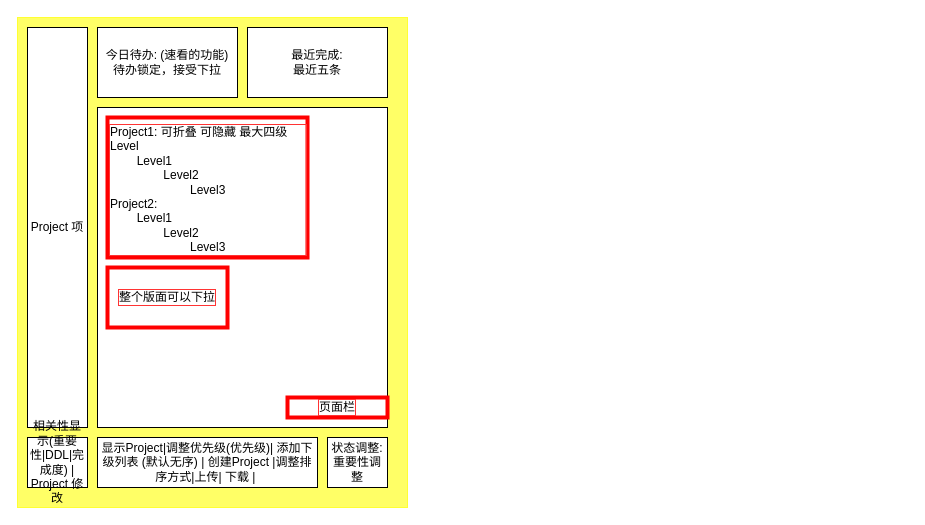
The draw.io diagram hw2_css_js/hw/platform.drawio in fkgkdfgy/web-stickynote, before the edit. Source tidied: cells renumbered, new cells numbered last; positions are measured from the earlier drawing's top-left corner, leaving out a move shared by most shapes. Both pictures are drawn from the tidied source at 100%, with x=0, y=0 at pixel (17, 17).
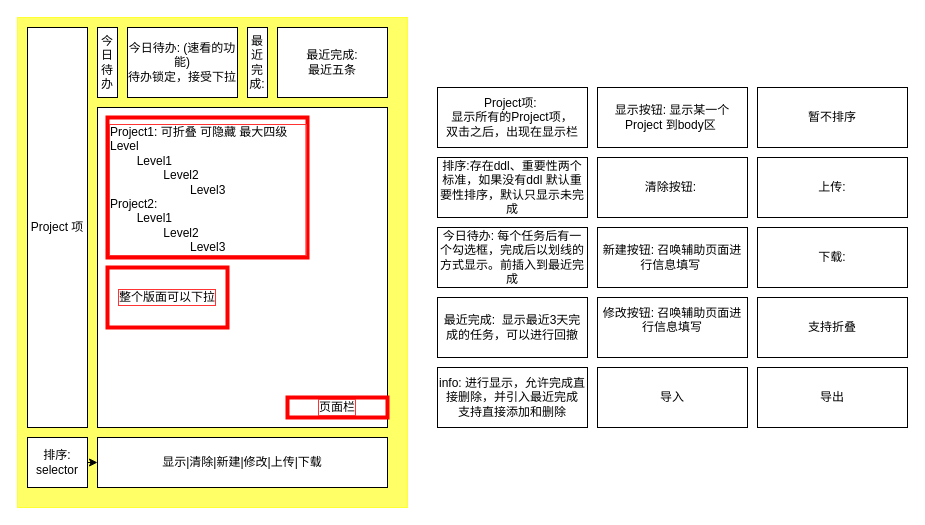
Above is the later version.

Diff of the diagram source:
```diff
@@
     <mxCell id="3" value="&lt;span style=&quot;color: rgb(0 , 0 , 0)&quot;&gt;今日待办: (速看的功能)&lt;br&gt;待办锁定，接受下拉&lt;br&gt;&lt;/span&gt;" style="rounded=0;whiteSpace=wrap;html=1;fillColor=#FFFFFF;" parent="1" vertex="1">
-      <mxGeometry x="80" y="10" width="140" height="70" as="geometry" />
+      <mxGeometry x="110" y="10" width="110" height="70" as="geometry" />
     </mxCell>
@@
+    <mxCell id="13" style="edgeStyle=none;html=1;fontColor=#000000;" parent="1" edge="1" source="6" target="7">
+      <mxGeometry relative="1" as="geometry" />
+    </mxCell>
-    <mxCell id="6" value="&lt;font color=&quot;#000000&quot;&gt;相关性显示(重要性|DDL|完成度) | Project 修改&lt;/font&gt;" style="rounded=0;whiteSpace=wrap;html=1;fillColor=#FFFFFF;" parent="1" vertex="1">
+    <mxCell id="6" value="&lt;font color=&quot;#000000&quot;&gt;排序: selector&lt;/font&gt;" style="rounded=0;whiteSpace=wrap;html=1;fillColor=#FFFFFF;" parent="1" vertex="1">
       <mxGeometry x="10" y="420" width="60" height="50" as="geometry" />
     </mxCell>
-    <mxCell id="7" value="&lt;font color=&quot;#000000&quot;&gt;显示Project|调整优先级(优先级)| 添加下级列表 (默认无序) | 创建Project |调整排序方式|上传| 下载 |&amp;nbsp;&lt;/font&gt;" style="rounded=0;whiteSpace=wrap;html=1;fillColor=#FFFFFF;" parent="1" vertex="1">
-      <mxGeometry x="80" y="420" width="220" height="50" as="geometry" />
+    <mxCell id="7" value="&lt;font color=&quot;#000000&quot;&gt;显示|清除|新建|修改|上传|下载&lt;/font&gt;" style="rounded=0;whiteSpace=wrap;html=1;fillColor=#FFFFFF;" parent="1" vertex="1">
+      <mxGeometry x="80" y="420" width="290" height="50" as="geometry" />
     </mxCell>
-    <mxCell id="8" value="状态调整:&lt;br&gt;重要性调整" style="rounded=0;whiteSpace=wrap;html=1;fillColor=#FFFFFF;fontColor=#000000;" parent="1" vertex="1">
-      <mxGeometry x="310" y="420" width="60" height="50" as="geometry" />
-    </mxCell>
     <mxCell id="9" value="最近完成:&lt;br&gt;最近五条" style="rounded=0;whiteSpace=wrap;html=1;fillColor=#FFFFFF;fontColor=#000000;" parent="1" vertex="1">
-      <mxGeometry x="230" y="10" width="140" height="70" as="geometry" />
+      <mxGeometry x="260" y="10" width="110" height="70" as="geometry" />
     </mxCell>
@@
+    <mxCell id="14" value="Project项:&amp;nbsp;&lt;br&gt;显示所有的Project项，&lt;br&gt;双击之后，出现在显示栏" style="rounded=0;whiteSpace=wrap;html=1;fillColor=#FFFFFF;fontColor=#000000;" parent="1" vertex="1">
+      <mxGeometry x="420" y="70" width="150" height="60" as="geometry" />
+    </mxCell>
+    <mxCell id="15" value="排序:存在ddl、重要性两个标准，如果没有ddl 默认重要性排序，默认只显示未完成" style="rounded=0;whiteSpace=wrap;html=1;fillColor=#FFFFFF;fontColor=#000000;" parent="1" vertex="1">
+      <mxGeometry x="420" y="140" width="150" height="60" as="geometry" />
+    </mxCell>
+    <mxCell id="16" value="今日待办: 每个任务后有一个勾选框，完成后以划线的方式显示。前插入到最近完成" style="rounded=0;whiteSpace=wrap;html=1;fillColor=#FFFFFF;fontColor=#000000;" parent="1" vertex="1">
+      <mxGeometry x="420" y="210" width="150" height="60" as="geometry" />
+    </mxCell>
+    <mxCell id="17" value="最近完成:&amp;nbsp; 显示最近3天完成的任务，可以进行回撤" style="rounded=0;whiteSpace=wrap;html=1;fillColor=#FFFFFF;fontColor=#000000;" parent="1" vertex="1">
+      <mxGeometry x="420" y="280" width="150" height="60" as="geometry" />
+    </mxCell>
+    <mxCell id="18" value="暂不排序" style="rounded=0;whiteSpace=wrap;html=1;fillColor=#FFFFFF;fontColor=#000000;" parent="1" vertex="1">
+      <mxGeometry x="740" y="70" width="150" height="60" as="geometry" />
+    </mxCell>
+    <mxCell id="19" value="&lt;span style=&quot;color: rgb(0 , 0 , 0)&quot;&gt;今日待办&lt;br&gt;&lt;/span&gt;" style="rounded=0;whiteSpace=wrap;html=1;fillColor=#FFFFFF;" parent="1" vertex="1">
+      <mxGeometry x="80" y="10" width="20" height="70" as="geometry" />
+    </mxCell>
+    <mxCell id="20" value="最近完成:" style="rounded=0;whiteSpace=wrap;html=1;fillColor=#FFFFFF;fontColor=#000000;" parent="1" vertex="1">
+      <mxGeometry x="230" y="10" width="20" height="70" as="geometry" />
+    </mxCell>
+    <mxCell id="21" value="上传:" style="rounded=0;whiteSpace=wrap;html=1;fillColor=#FFFFFF;fontColor=#000000;" parent="1" vertex="1">
+      <mxGeometry x="740" y="140" width="150" height="60" as="geometry" />
+    </mxCell>
+    <mxCell id="22" value="显示按钮: 显示某一个 Project 到body区&amp;nbsp;" style="rounded=0;whiteSpace=wrap;html=1;fillColor=#FFFFFF;fontColor=#000000;" parent="1" vertex="1">
+      <mxGeometry x="580" y="70" width="150" height="60" as="geometry" />
+    </mxCell>
+    <mxCell id="23" value="清除按钮:&amp;nbsp;" style="rounded=0;whiteSpace=wrap;html=1;fillColor=#FFFFFF;fontColor=#000000;" parent="1" vertex="1">
+      <mxGeometry x="580" y="140" width="150" height="60" as="geometry" />
+    </mxCell>
+    <mxCell id="24" value="新建按钮: 召唤辅助页面进行信息填写&amp;nbsp;" style="rounded=0;whiteSpace=wrap;html=1;fillColor=#FFFFFF;fontColor=#000000;" parent="1" vertex="1">
+      <mxGeometry x="580" y="210" width="150" height="60" as="geometry" />
+    </mxCell>
+    <mxCell id="25" value="修改按钮: 召唤辅助页面进行信息填写&lt;br&gt;&amp;nbsp;" style="rounded=0;whiteSpace=wrap;html=1;fillColor=#FFFFFF;fontColor=#000000;" parent="1" vertex="1">
+      <mxGeometry x="580" y="280" width="150" height="60" as="geometry" />
+    </mxCell>
+    <mxCell id="26" value="下载:" style="rounded=0;whiteSpace=wrap;html=1;fillColor=#FFFFFF;fontColor=#000000;" parent="1" vertex="1">
+      <mxGeometry x="740" y="210" width="150" height="60" as="geometry" />
+    </mxCell>
+    <mxCell id="27" value="支持折叠" style="rounded=0;whiteSpace=wrap;html=1;fillColor=#FFFFFF;fontColor=#000000;" parent="1" vertex="1">
+      <mxGeometry x="740" y="280" width="150" height="60" as="geometry" />
+    </mxCell>
+    <mxCell id="28" value="info: 进行显示，允许完成直接删除，并引入最近完成&lt;br&gt;支持直接添加和删除" style="rounded=0;whiteSpace=wrap;html=1;fillColor=#FFFFFF;fontColor=#000000;" parent="1" vertex="1">
+      <mxGeometry x="420" y="350" width="150" height="60" as="geometry" />
+    </mxCell>
+    <mxCell id="29" value="导入" style="rounded=0;whiteSpace=wrap;html=1;fillColor=#FFFFFF;fontColor=#000000;" parent="1" vertex="1">
+      <mxGeometry x="580" y="350" width="150" height="60" as="geometry" />
+    </mxCell>
+    <mxCell id="30" value="导出" style="rounded=0;whiteSpace=wrap;html=1;fillColor=#FFFFFF;fontColor=#000000;" parent="1" vertex="1">
+      <mxGeometry x="740" y="350" width="150" height="60" as="geometry" />
+    </mxCell>
```
